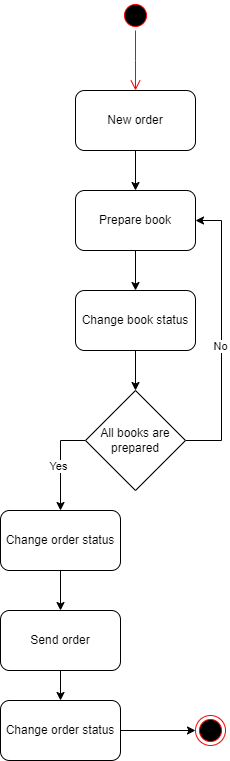
Above: src/docs/documentation/img/obsl_zam.png in KWojcik243/SKE-FB-Book-shop (draw.io), before the change. Source tidied: cells renumbered, new cells last; positions are measured from the earlier drawing's top-left corner, leaving out a move shared by most shapes.
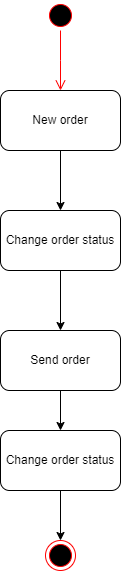
After the change.

Change to the diagram source:
```diff
@@ -2,72 +2,40 @@
   <root>
     <mxCell id="0" />
     <mxCell id="1" parent="0" />
-    <mxCell id="2" style="ellipse;html=1;shape=startState;fillColor=#000000;strokeColor=#ff0000;" parent="1" vertex="1">
-      <mxGeometry x="120" width="30" height="30" as="geometry" />
-    </mxCell>
-    <mxCell id="3" style="edgeStyle=orthogonalEdgeStyle;html=1;verticalAlign=bottom;endArrow=open;endSize=8;strokeColor=#ff0000;rounded=0;" parent="1" edge="1" source="2">
-      <mxGeometry relative="1" as="geometry">
-        <mxPoint x="135" y="90" as="targetPoint" />
-      </mxGeometry>
-    </mxCell>
-    <mxCell id="4" style="edgeStyle=orthogonalEdgeStyle;rounded=0;jettySize=auto;html=1;exitX=0.5;exitY=1;exitDx=0;exitDy=0;entryX=0.5;entryY=0;entryDx=0;entryDy=0;" parent="1" edge="1" source="5" target="12">
-      <mxGeometry relative="1" as="geometry" />
-    </mxCell>
+    <mxCell id="22" style="ellipse;html=1;shape=startState;fillColor=#000000;strokeColor=#ff0000;" parent="1" vertex="1">
+      <mxGeometry x="121" y="60" width="30" height="30" as="geometry" />
+    </mxCell>
+    <mxCell id="23" style="edgeStyle=orthogonalEdgeStyle;html=1;verticalAlign=bottom;endArrow=open;endSize=8;strokeColor=#ff0000;rounded=0;" parent="1" edge="1" source="22">
+      <mxGeometry relative="1" as="geometry">
+        <mxPoint x="136" y="150" as="targetPoint" />
+      </mxGeometry>
+    </mxCell>
+    <mxCell id="24" style="edgeStyle=orthogonalEdgeStyle;rounded=0;jettySize=auto;html=1;exitX=0.5;exitY=1;exitDx=0;exitDy=0;entryX=0.5;entryY=0;entryDx=0;entryDy=0;" parent="1" edge="1" source="5" target="26">
+      <mxGeometry relative="1" as="geometry" />
+    </mxCell>
     <mxCell id="5" value="New order" style="rounded=1;whiteSpace=wrap;html=1;" parent="1" vertex="1">
-      <mxGeometry x="75" y="90" width="120" height="60" as="geometry" />
+      <mxGeometry x="76" y="150" width="120" height="60" as="geometry" />
     </mxCell>
-    <mxCell id="6" style="edgeStyle=orthogonalEdgeStyle;rounded=0;jettySize=auto;html=1;exitX=1;exitY=0.5;exitDx=0;exitDy=0;entryX=1;entryY=0.5;entryDx=0;entryDy=0;" parent="1" edge="1" source="10" target="12">
-      <mxGeometry relative="1" as="geometry">
-        <Array as="points">
-          <mxPoint x="221" y="440" />
-          <mxPoint x="221" y="220" />
-        </Array>
-      </mxGeometry>
-    </mxCell>
-    <mxCell id="7" value="No" style="edgeLabel;html=1;align=center;verticalAlign=middle;" parent="6" vertex="1">
-      <mxGeometry x="-0.07" y="2" relative="1" as="geometry" />
-    </mxCell>
-    <mxCell id="8" style="edgeStyle=orthogonalEdgeStyle;rounded=0;jettySize=auto;html=1;exitX=0;exitY=0.5;exitDx=0;exitDy=0;" parent="1" edge="1" source="10" target="16">
-      <mxGeometry relative="1" as="geometry" />
-    </mxCell>
-    <mxCell id="9" value="Yes" style="edgeLabel;html=1;align=center;verticalAlign=middle;" parent="8" vertex="1">
-      <mxGeometry x="0.05" y="-3" relative="1" as="geometry" />
-    </mxCell>
-    <mxCell id="10" value="All books are prepared" style="rhombus;whiteSpace=wrap;html=1;" parent="1" vertex="1">
-      <mxGeometry x="85" y="390" width="100" height="100" as="geometry" />
-    </mxCell>
-    <mxCell id="11" style="edgeStyle=orthogonalEdgeStyle;rounded=0;jettySize=auto;html=1;exitX=0.5;exitY=1;exitDx=0;exitDy=0;entryX=0.5;entryY=0;entryDx=0;entryDy=0;" parent="1" edge="1" source="12" target="14">
-      <mxGeometry relative="1" as="geometry" />
-    </mxCell>
-    <mxCell id="12" value="Prepare book" style="rounded=1;whiteSpace=wrap;html=1;" parent="1" vertex="1">
-      <mxGeometry x="75" y="190" width="120" height="60" as="geometry" />
-    </mxCell>
-    <mxCell id="13" style="edgeStyle=orthogonalEdgeStyle;rounded=0;jettySize=auto;html=1;exitX=0.5;exitY=1;exitDx=0;exitDy=0;entryX=0.5;entryY=0;entryDx=0;entryDy=0;" parent="1" edge="1" source="14" target="10">
-      <mxGeometry relative="1" as="geometry" />
-    </mxCell>
-    <mxCell id="14" value="Change book status" style="rounded=1;whiteSpace=wrap;html=1;" parent="1" vertex="1">
-      <mxGeometry x="75" y="290" width="120" height="60" as="geometry" />
-    </mxCell>
-    <mxCell id="15" style="edgeStyle=orthogonalEdgeStyle;rounded=0;jettySize=auto;html=1;exitX=0.5;exitY=1;exitDx=0;exitDy=0;entryX=0.5;entryY=0;entryDx=0;entryDy=0;" parent="1" edge="1" source="16" target="18">
-      <mxGeometry relative="1" as="geometry" />
-    </mxCell>
-    <mxCell id="16" value="Change order status" style="rounded=1;whiteSpace=wrap;html=1;" parent="1" vertex="1">
-      <mxGeometry y="510" width="120" height="60" as="geometry" />
-    </mxCell>
-    <mxCell id="17" style="edgeStyle=orthogonalEdgeStyle;rounded=0;jettySize=auto;html=1;exitX=0.5;exitY=1;exitDx=0;exitDy=0;" parent="1" edge="1" source="18" target="20">
-      <mxGeometry relative="1" as="geometry" />
-    </mxCell>
+    <mxCell id="25" style="edgeStyle=orthogonalEdgeStyle;rounded=0;jettySize=auto;html=1;exitX=0.5;exitY=1;exitDx=0;exitDy=0;entryX=0.5;entryY=0;entryDx=0;entryDy=0;" parent="1" edge="1" source="26" target="18">
+      <mxGeometry relative="1" as="geometry" />
+    </mxCell>
+    <mxCell id="26" value="Change order status" style="rounded=1;whiteSpace=wrap;html=1;" parent="1" vertex="1">
+      <mxGeometry x="76" y="270" width="120" height="60" as="geometry" />
+    </mxCell>
+    <mxCell id="27" style="edgeStyle=orthogonalEdgeStyle;rounded=0;jettySize=auto;html=1;exitX=0.5;exitY=1;exitDx=0;exitDy=0;entryX=0.5;entryY=0;entryDx=0;entryDy=0;" parent="1" edge="1" source="18" target="29">
+      <mxGeometry relative="1" as="geometry" />
+    </mxCell>
     <mxCell id="18" value="Send order" style="rounded=1;whiteSpace=wrap;html=1;" parent="1" vertex="1">
-      <mxGeometry y="610" width="120" height="60" as="geometry" />
+      <mxGeometry x="76" y="390" width="120" height="60" as="geometry" />
     </mxCell>
-    <mxCell id="19" style="edgeStyle=orthogonalEdgeStyle;rounded=0;jettySize=auto;html=1;exitX=1;exitY=0.5;exitDx=0;exitDy=0;entryX=0;entryY=0.5;entryDx=0;entryDy=0;" parent="1" edge="1" source="20" target="21">
-      <mxGeometry relative="1" as="geometry" />
-    </mxCell>
-    <mxCell id="20" value="Change order status" style="rounded=1;whiteSpace=wrap;html=1;" parent="1" vertex="1">
-      <mxGeometry y="700" width="120" height="60" as="geometry" />
-    </mxCell>
-    <mxCell id="21" style="ellipse;html=1;shape=endState;fillColor=#000000;strokeColor=#ff0000;" parent="1" vertex="1">
-      <mxGeometry x="195" y="715" width="30" height="30" as="geometry" />
-    </mxCell>
+    <mxCell id="28" style="edgeStyle=orthogonalEdgeStyle;rounded=0;jettySize=auto;html=1;exitX=0.5;exitY=1;exitDx=0;exitDy=0;entryX=0.5;entryY=0;entryDx=0;entryDy=0;" parent="1" edge="1" source="29" target="30">
+      <mxGeometry relative="1" as="geometry" />
+    </mxCell>
+    <mxCell id="29" value="Change order status" style="rounded=1;whiteSpace=wrap;html=1;" parent="1" vertex="1">
+      <mxGeometry x="76" y="490" width="120" height="60" as="geometry" />
+    </mxCell>
+    <mxCell id="30" style="ellipse;html=1;shape=endState;fillColor=#000000;strokeColor=#ff0000;" parent="1" vertex="1">
+      <mxGeometry x="121" y="600" width="30" height="30" as="geometry" />
+    </mxCell>
   </root>
 </mxGraphModel>
```
